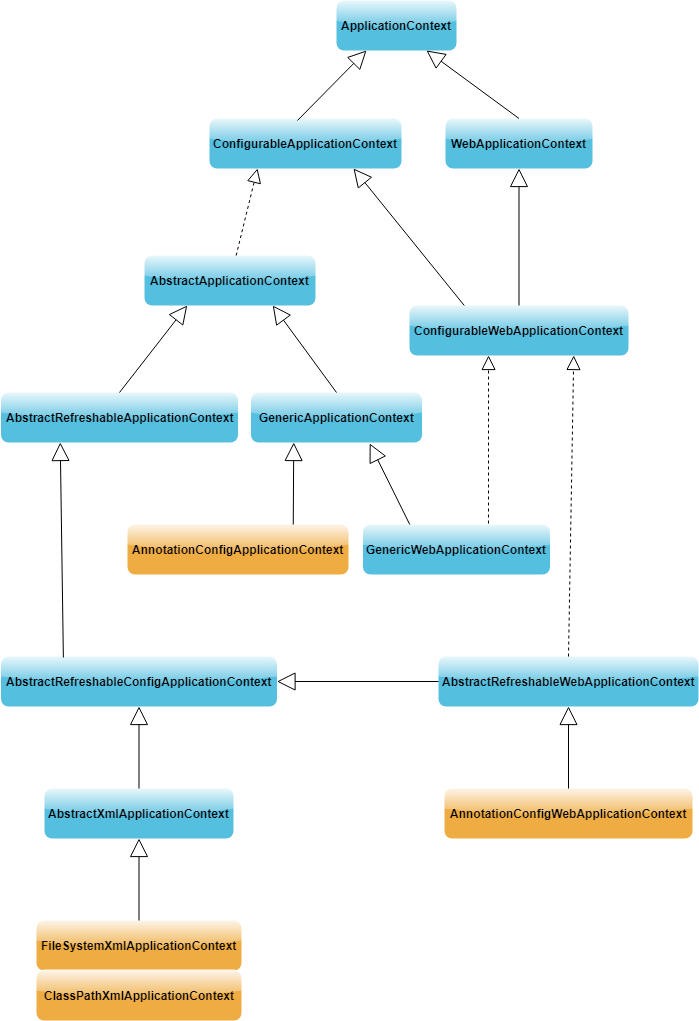
Earlier version of the draw.io export img/spring/ioc/application-context.png (lbzhello/blog). Source tidied: cells renumbered, new cells last; positions are measured from the earlier drawing's top-left corner, leaving out a move shared by most shapes.
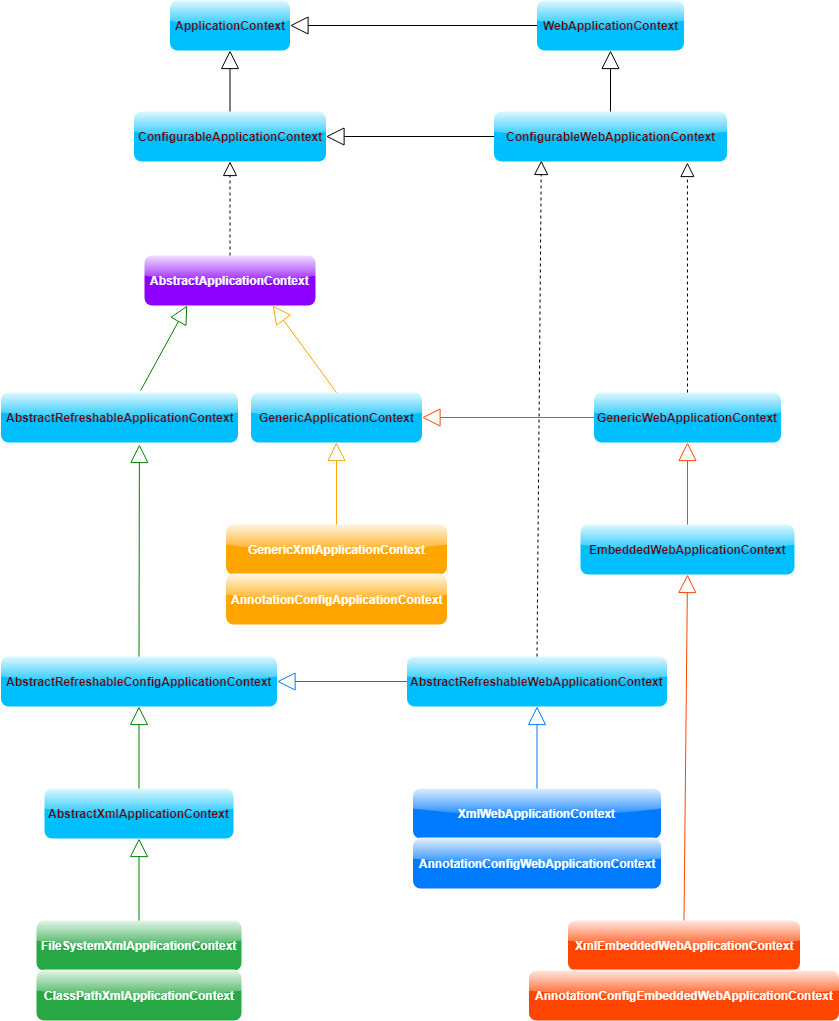
Above is the later version.

Change to the diagram source:
```diff
@@ -2,98 +2,119 @@
   <root>
     <mxCell id="0" />
     <mxCell id="1" parent="0" />
-    <mxCell id="2" value="&lt;b&gt;ApplicationContext&lt;/b&gt;" style="html=1;fillColor=#55BFE0;strokeColor=none;glass=1;rounded=1;comic=0;" parent="1" vertex="1">
-      <mxGeometry x="335" width="120" height="50" as="geometry" />
+    <mxCell id="2" value="&lt;b&gt;&lt;font color=&quot;#660000&quot;&gt;ApplicationContext&lt;/font&gt;&lt;/b&gt;" style="html=1;fillColor=#00bfff;strokeColor=none;glass=1;rounded=1;comic=0;" parent="1" vertex="1">
+      <mxGeometry x="168.5" width="120" height="50" as="geometry" />
     </mxCell>
-    <mxCell id="3" value="&lt;b&gt;ConfigurableApplicationContext&lt;/b&gt;" style="html=1;fillColor=#55BFE0;strokeColor=none;glass=1;rounded=1;comic=0;" parent="1" vertex="1">
-      <mxGeometry x="208" y="118" width="192" height="50" as="geometry" />
+    <mxCell id="3" value="&lt;b&gt;&lt;font color=&quot;#660000&quot;&gt;ConfigurableApplicationContext&lt;/font&gt;&lt;/b&gt;" style="html=1;fillColor=#00bfff;strokeColor=none;glass=1;rounded=1;comic=0;" parent="1" vertex="1">
+      <mxGeometry x="132.5" y="111" width="192" height="50" as="geometry" />
     </mxCell>
-    <mxCell id="4" style="endArrow=block;endSize=16;endFill=0;html=1;entryX=0.25;entryY=1;entryDx=0;entryDy=0;exitX=0.458;exitY=0.04;exitDx=0;exitDy=0;exitPerimeter=0;" parent="1" edge="1" source="3" target="2">
+    <mxCell id="4" style="endArrow=block;endSize=16;endFill=0;html=1;entryX=0.5;entryY=1;entryDx=0;entryDy=0;exitX=0.5;exitY=0;exitDx=0;exitDy=0;" parent="1" edge="1" source="3" target="2">
       <mxGeometry relative="1" as="geometry" />
     </mxCell>
-    <mxCell id="5" value="&lt;b&gt;WebApplicationContext&lt;/b&gt;" style="html=1;fillColor=#55BFE0;strokeColor=none;glass=1;rounded=1;comic=0;" parent="1" vertex="1">
-      <mxGeometry x="444" y="118" width="147" height="50" as="geometry" />
+    <mxCell id="5" value="&lt;b&gt;&lt;font color=&quot;#660000&quot;&gt;WebApplicationContext&lt;/font&gt;&lt;/b&gt;" style="html=1;fillColor=#00bfff;strokeColor=none;glass=1;rounded=1;comic=0;" parent="1" vertex="1">
+      <mxGeometry x="535.5" width="147" height="50" as="geometry" />
     </mxCell>
-    <mxCell id="6" style="endArrow=block;endSize=16;endFill=0;html=1;exitX=0.5;exitY=0;exitDx=0;exitDy=0;entryX=0.75;entryY=1;entryDx=0;entryDy=0;" parent="1" edge="1" source="5" target="2">
+    <mxCell id="6" style="endArrow=block;endSize=16;endFill=0;html=1;" parent="1" edge="1" source="5" target="2">
       <mxGeometry relative="1" as="geometry" />
     </mxCell>
-    <mxCell id="7" value="&lt;b&gt;AbstractApplicationContext&lt;/b&gt;" style="html=1;fillColor=#55BFE0;strokeColor=none;glass=1;rounded=1;comic=0;" parent="1" vertex="1">
+    <mxCell id="7" value="&lt;b&gt;&lt;font color=&quot;#ffffff&quot;&gt;AbstractApplicationContext&lt;/font&gt;&lt;/b&gt;" style="html=1;fillColor=#8B00FF;strokeColor=none;glass=1;rounded=1;comic=0;" parent="1" vertex="1">
       <mxGeometry x="143" y="255" width="171" height="50" as="geometry" />
     </mxCell>
-    <mxCell id="8" value="&lt;b&gt;ConfigurableWebApplicationContext&lt;/b&gt;" style="html=1;fillColor=#55BFE0;strokeColor=none;glass=1;rounded=1;comic=0;" parent="1" vertex="1">
-      <mxGeometry x="408" y="305" width="219" height="50" as="geometry" />
+    <mxCell id="8" value="&lt;b&gt;&lt;font color=&quot;#660000&quot;&gt;ConfigurableWebApplicationContext&lt;/font&gt;&lt;/b&gt;" style="html=1;fillColor=#00bfff;strokeColor=none;glass=1;rounded=1;comic=0;" parent="1" vertex="1">
+      <mxGeometry x="492.5" y="111" width="233" height="50" as="geometry" />
     </mxCell>
     <mxCell id="9" style="endArrow=block;endSize=16;endFill=0;html=1;entryX=0.5;entryY=1;entryDx=0;entryDy=0;" parent="1" edge="1" source="8" target="5">
       <mxGeometry relative="1" as="geometry" />
     </mxCell>
-    <mxCell id="10" style="endArrow=block;endSize=16;endFill=0;html=1;entryX=0.75;entryY=1;entryDx=0;entryDy=0;exitX=0.25;exitY=0;exitDx=0;exitDy=0;" parent="1" edge="1" source="8" target="3">
+    <mxCell id="10" style="endArrow=block;endSize=16;endFill=0;html=1;exitX=0;exitY=0.5;exitDx=0;exitDy=0;" parent="1" edge="1" source="8" target="3">
       <mxGeometry relative="1" as="geometry" />
     </mxCell>
-    <mxCell id="11" style="endArrow=block;dashed=1;endFill=0;endSize=12;html=1;entryX=0.25;entryY=1;entryDx=0;entryDy=0;" parent="1" edge="1" source="7" target="3">
+    <mxCell id="11" style="endArrow=block;dashed=1;endFill=0;endSize=12;html=1;entryX=0.5;entryY=1;entryDx=0;entryDy=0;" parent="1" edge="1" source="7" target="3">
       <mxGeometry relative="1" as="geometry" />
     </mxCell>
-    <mxCell id="12" value="&lt;b&gt;AbstractRefreshableApplicationContext&lt;/b&gt;" style="html=1;fillColor=#55BFE0;strokeColor=none;glass=1;rounded=1;comic=0;" parent="1" vertex="1">
+    <mxCell id="12" value="&lt;b&gt;&lt;font color=&quot;#660000&quot;&gt;AbstractRefreshableApplicationContext&lt;/font&gt;&lt;/b&gt;" style="html=1;fillColor=#00bfff;strokeColor=none;glass=1;rounded=1;comic=0;" parent="1" vertex="1">
       <mxGeometry x="-0.5" y="392" width="237" height="50" as="geometry" />
     </mxCell>
-    <mxCell id="13" style="endArrow=block;endSize=16;endFill=0;html=1;exitX=0.5;exitY=0;exitDx=0;exitDy=0;entryX=0.25;entryY=1;entryDx=0;entryDy=0;" parent="1" edge="1" source="12" target="7">
+    <mxCell id="13" style="endArrow=block;endSize=16;endFill=0;html=1;exitX=0.589;exitY=-0.04;exitDx=0;exitDy=0;entryX=0.25;entryY=1;entryDx=0;entryDy=0;exitPerimeter=0;strokeColor=#008000;" parent="1" edge="1" source="12" target="7">
       <mxGeometry relative="1" as="geometry" />
     </mxCell>
-    <mxCell id="14" value="&lt;b&gt;GenericApplicationContext&lt;/b&gt;" style="html=1;fillColor=#55BFE0;strokeColor=none;glass=1;rounded=1;comic=0;" parent="1" vertex="1">
+    <mxCell id="14" value="&lt;b&gt;&lt;font color=&quot;#660000&quot;&gt;GenericApplicationContext&lt;/font&gt;&lt;/b&gt;" style="html=1;fillColor=#00bfff;strokeColor=none;glass=1;rounded=1;comic=0;" parent="1" vertex="1">
       <mxGeometry x="249.5" y="392" width="171" height="50" as="geometry" />
     </mxCell>
-    <mxCell id="15" style="endArrow=block;endSize=16;endFill=0;html=1;entryX=0.75;entryY=1;entryDx=0;entryDy=0;exitX=0.5;exitY=0;exitDx=0;exitDy=0;" parent="1" edge="1" source="14" target="7">
+    <mxCell id="15" style="endArrow=block;endSize=16;endFill=0;html=1;entryX=0.75;entryY=1;entryDx=0;entryDy=0;exitX=0.5;exitY=0;exitDx=0;exitDy=0;strokeColor=#FFA500;" parent="1" edge="1" source="14" target="7">
       <mxGeometry relative="1" as="geometry" />
     </mxCell>
-    <mxCell id="16" value="&lt;b&gt;AbstractRefreshableWebApplicationContext&lt;/b&gt;" style="html=1;fillColor=#55BFE0;strokeColor=none;glass=1;rounded=1;comic=0;" parent="1" vertex="1">
-      <mxGeometry x="437" y="656" width="260" height="50" as="geometry" />
+    <mxCell id="16" value="&lt;b&gt;&lt;font color=&quot;#660000&quot;&gt;AbstractRefreshableWebApplicationContext&lt;/font&gt;&lt;/b&gt;" style="html=1;fillColor=#00bfff;strokeColor=none;glass=1;rounded=1;comic=0;" parent="1" vertex="1">
+      <mxGeometry x="405.5" y="656" width="260" height="50" as="geometry" />
     </mxCell>
-    <mxCell id="17" style="endArrow=block;dashed=1;endFill=0;endSize=12;html=1;entryX=0.75;entryY=1;entryDx=0;entryDy=0;exitX=0.5;exitY=0;exitDx=0;exitDy=0;" parent="1" edge="1" source="16" target="8">
+    <mxCell id="17" style="endArrow=block;dashed=1;endFill=0;endSize=12;html=1;entryX=0.203;entryY=0.98;entryDx=0;entryDy=0;exitX=0.5;exitY=0;exitDx=0;exitDy=0;entryPerimeter=0;" parent="1" edge="1" source="16" target="8">
       <mxGeometry relative="1" as="geometry" />
     </mxCell>
-    <mxCell id="18" style="endArrow=block;endSize=16;endFill=0;html=1;entryX=1;entryY=0.5;entryDx=0;entryDy=0;exitX=0;exitY=0.5;exitDx=0;exitDy=0;" parent="1" edge="1" source="16" target="24">
+    <mxCell id="18" style="endArrow=block;endSize=16;endFill=0;html=1;entryX=1;entryY=0.5;entryDx=0;entryDy=0;exitX=0;exitY=0.5;exitDx=0;exitDy=0;strokeColor=#007BFF;" parent="1" edge="1" source="16" target="24">
       <mxGeometry relative="1" as="geometry" />
     </mxCell>
-    <mxCell id="19" value="&lt;b&gt;GenericWebApplicationContext&lt;/b&gt;" style="html=1;fillColor=#55BFE0;strokeColor=none;glass=1;rounded=1;comic=0;" parent="1" vertex="1">
-      <mxGeometry x="361.5" y="524" width="187" height="50" as="geometry" />
+    <mxCell id="19" value="&lt;b&gt;&lt;font color=&quot;#660000&quot;&gt;GenericWebApplicationContext&lt;/font&gt;&lt;/b&gt;" style="html=1;fillColor=#00bfff;strokeColor=none;glass=1;rounded=1;comic=0;" parent="1" vertex="1">
+      <mxGeometry x="592.5" y="392" width="187" height="50" as="geometry" />
     </mxCell>
-    <mxCell id="20" style="endArrow=block;dashed=1;endFill=0;endSize=12;html=1;entryX=0.361;entryY=1;entryDx=0;entryDy=0;exitX=0.671;exitY=-0.02;exitDx=0;exitDy=0;entryPerimeter=0;exitPerimeter=0;" parent="1" edge="1" source="19" target="8">
+    <mxCell id="20" style="endArrow=block;dashed=1;endFill=0;endSize=12;html=1;exitX=0.5;exitY=0;exitDx=0;exitDy=0;entryX=0.83;entryY=1.02;entryDx=0;entryDy=0;entryPerimeter=0;" parent="1" edge="1" source="19" target="8">
       <mxGeometry relative="1" as="geometry" />
     </mxCell>
-    <mxCell id="21" style="endArrow=block;endSize=16;endFill=0;html=1;entryX=0.694;entryY=1.02;entryDx=0;entryDy=0;exitX=0.25;exitY=0;exitDx=0;exitDy=0;entryPerimeter=0;" parent="1" edge="1" source="19" target="14">
+    <mxCell id="21" style="endArrow=block;endSize=16;endFill=0;html=1;entryX=1;entryY=0.5;entryDx=0;entryDy=0;exitX=0;exitY=0.5;exitDx=0;exitDy=0;strokeColor=#FF4500;" parent="1" edge="1" source="19" target="14">
       <mxGeometry relative="1" as="geometry" />
     </mxCell>
-    <mxCell id="22" value="&lt;b&gt;AnnotationConfigApplicationContext&lt;/b&gt;" style="html=1;fillColor=#EFAC43;strokeColor=none;glass=1;rounded=1;comic=0;gradientColor=none;" parent="1" vertex="1">
-      <mxGeometry x="126" y="524" width="221" height="50" as="geometry" />
+    <mxCell id="22" value="&lt;b&gt;&lt;font color=&quot;#ffffff&quot;&gt;GenericXmlApplicationContext&lt;/font&gt;&lt;/b&gt;" style="html=1;fillColor=#FFA500;strokeColor=none;glass=1;rounded=1;comic=0;gradientColor=none;" parent="1" vertex="1">
+      <mxGeometry x="224.5" y="524" width="221" height="50" as="geometry" />
     </mxCell>
-    <mxCell id="23" style="endArrow=block;endSize=16;endFill=0;html=1;entryX=0.25;entryY=1;entryDx=0;entryDy=0;exitX=0.75;exitY=0;exitDx=0;exitDy=0;" parent="1" edge="1" source="22" target="14">
+    <mxCell id="23" style="endArrow=block;endSize=16;endFill=0;html=1;entryX=0.5;entryY=1;entryDx=0;entryDy=0;exitX=0.5;exitY=0;exitDx=0;exitDy=0;strokeColor=#FFA500;" parent="1" edge="1" source="22" target="14">
       <mxGeometry relative="1" as="geometry" />
     </mxCell>
-    <mxCell id="24" value="&lt;b&gt;AbstractRefreshableConfigApplicationContext&lt;/b&gt;" style="html=1;fillColor=#55BFE0;strokeColor=none;glass=1;rounded=1;comic=0;" parent="1" vertex="1">
+    <mxCell id="24" value="&lt;b&gt;&lt;font color=&quot;#660000&quot;&gt;AbstractRefreshableConfigApplicationContext&lt;/font&gt;&lt;/b&gt;" style="html=1;fillColor=#00bfff;strokeColor=none;glass=1;rounded=1;comic=0;" parent="1" vertex="1">
       <mxGeometry x="-0.5" y="656" width="276" height="50" as="geometry" />
     </mxCell>
-    <mxCell id="25" style="endArrow=block;endSize=16;endFill=0;html=1;entryX=0.25;entryY=1;entryDx=0;entryDy=0;exitX=0.226;exitY=0.02;exitDx=0;exitDy=0;exitPerimeter=0;" parent="1" edge="1" source="24" target="12">
+    <mxCell id="25" style="endArrow=block;endSize=16;endFill=0;html=1;entryX=0.584;entryY=1.04;entryDx=0;entryDy=0;exitX=0.5;exitY=0;exitDx=0;exitDy=0;entryPerimeter=0;strokeColor=#008000;" parent="1" edge="1" source="24" target="12">
       <mxGeometry relative="1" as="geometry" />
     </mxCell>
-    <mxCell id="26" value="&lt;b&gt;AbstractXmlApplicationContext&lt;/b&gt;" style="html=1;fillColor=#55BFE0;strokeColor=none;glass=1;rounded=1;comic=0;" parent="1" vertex="1">
+    <mxCell id="26" value="&lt;b&gt;&lt;font color=&quot;#660000&quot;&gt;AbstractXmlApplicationContext&lt;/font&gt;&lt;/b&gt;" style="html=1;fillColor=#00bfff;strokeColor=none;glass=1;rounded=1;comic=0;" parent="1" vertex="1">
       <mxGeometry x="43" y="788" width="189" height="50" as="geometry" />
     </mxCell>
-    <mxCell id="27" style="endArrow=block;endSize=16;endFill=0;html=1;exitX=0.5;exitY=0;exitDx=0;exitDy=0;" parent="1" edge="1" source="26" target="24">
+    <mxCell id="27" style="endArrow=block;endSize=16;endFill=0;html=1;exitX=0.5;exitY=0;exitDx=0;exitDy=0;strokeColor=#008000;" parent="1" edge="1" source="26" target="24">
       <mxGeometry relative="1" as="geometry" />
     </mxCell>
-    <mxCell id="28" value="&lt;b&gt;FileSystemXmlApplicationContext&lt;/b&gt;&lt;b&gt;&lt;br&gt;&lt;/b&gt;" style="html=1;fillColor=#EFAC43;strokeColor=none;glass=1;rounded=1;comic=0;gradientColor=none;" parent="1" vertex="1">
+    <mxCell id="28" value="&lt;b&gt;&lt;font color=&quot;#ffffff&quot;&gt;FileSystemXmlApplicationContext&lt;/font&gt;&lt;/b&gt;&lt;b&gt;&lt;br&gt;&lt;/b&gt;" style="html=1;fillColor=#28A745;strokeColor=none;glass=1;rounded=1;comic=0;gradientColor=none;" parent="1" vertex="1">
       <mxGeometry x="35" y="920" width="205" height="50" as="geometry" />
     </mxCell>
-    <mxCell id="29" style="endArrow=block;endSize=16;endFill=0;html=1;entryX=0.5;entryY=1;entryDx=0;entryDy=0;" parent="1" edge="1" source="28" target="26">
+    <mxCell id="29" style="endArrow=block;endSize=16;endFill=0;html=1;entryX=0.5;entryY=1;entryDx=0;entryDy=0;strokeColor=#008000;" parent="1" edge="1" source="28" target="26">
       <mxGeometry relative="1" as="geometry" />
     </mxCell>
-    <mxCell id="30" value="&lt;b&gt;AnnotationConfigWebApplicationContext&lt;/b&gt;" style="html=1;fillColor=#EFAC43;strokeColor=none;glass=1;rounded=1;comic=0;gradientColor=none;" parent="1" vertex="1">
-      <mxGeometry x="443" y="788" width="248" height="50" as="geometry" />
+    <mxCell id="30" value="&lt;b&gt;&lt;font color=&quot;#ffffff&quot;&gt;XmlWebApplicationContext&lt;/font&gt;&lt;/b&gt;" style="html=1;fillColor=#007BFF;strokeColor=none;glass=1;rounded=1;comic=0;gradientColor=none;" parent="1" vertex="1">
+      <mxGeometry x="411.5" y="788" width="248" height="50" as="geometry" />
     </mxCell>
-    <mxCell id="31" style="endArrow=block;endSize=16;endFill=0;html=1;exitX=0.5;exitY=0;exitDx=0;exitDy=0;entryX=0.5;entryY=1;entryDx=0;entryDy=0;" parent="1" edge="1" source="30" target="16">
+    <mxCell id="31" style="endArrow=block;endSize=16;endFill=0;html=1;exitX=0.5;exitY=0;exitDx=0;exitDy=0;entryX=0.5;entryY=1;entryDx=0;entryDy=0;strokeColor=#007BFF;" parent="1" edge="1" source="30" target="16">
       <mxGeometry relative="1" as="geometry" />
     </mxCell>
-    <mxCell id="32" value="&lt;b&gt;ClassPathXmlApplicationContext&lt;/b&gt;" style="html=1;fillColor=#EFAC43;strokeColor=none;glass=1;rounded=1;comic=0;gradientColor=none;" parent="1" vertex="1">
+    <mxCell id="32" value="&lt;b&gt;&lt;font color=&quot;#ffffff&quot;&gt;ClassPathXmlApplicationContext&lt;/font&gt;&lt;/b&gt;" style="html=1;fillColor=#28A745;strokeColor=none;glass=1;rounded=1;comic=0;gradientColor=none;" parent="1" vertex="1">
       <mxGeometry x="35" y="970" width="205" height="50" as="geometry" />
     </mxCell>
+    <mxCell id="33" value="&lt;b&gt;&lt;font color=&quot;#ffffff&quot;&gt;AnnotationConfigWebApplicationContext&lt;/font&gt;&lt;/b&gt;" style="html=1;fillColor=#007BFF;strokeColor=none;glass=1;rounded=1;comic=0;gradientColor=none;" parent="1" vertex="1">
+      <mxGeometry x="411.5" y="838" width="248" height="50" as="geometry" />
+    </mxCell>
+    <mxCell id="34" value="&lt;b&gt;&lt;font color=&quot;#660000&quot;&gt;EmbeddedWebApplicationContext&lt;/font&gt;&lt;/b&gt;" style="html=1;fillColor=#00bfff;strokeColor=none;glass=1;rounded=1;comic=0;" parent="1" vertex="1">
+      <mxGeometry x="579" y="524" width="214" height="50" as="geometry" />
+    </mxCell>
+    <mxCell id="35" style="endArrow=block;endSize=16;endFill=0;html=1;strokeColor=#FF4500;" parent="1" edge="1" source="34" target="19">
+      <mxGeometry relative="1" as="geometry" />
+    </mxCell>
+    <mxCell id="36" value="&lt;b&gt;&lt;font color=&quot;#ffffff&quot;&gt;XmlEmbeddedWebApplicationContext&lt;/font&gt;&lt;/b&gt;" style="html=1;fillColor=#FF4500;strokeColor=none;glass=1;rounded=1;comic=0;gradientColor=none;" parent="1" vertex="1">
+      <mxGeometry x="566.5" y="920" width="232" height="50" as="geometry" />
+    </mxCell>
+    <mxCell id="37" value="&lt;b&gt;&lt;font color=&quot;#ffffff&quot;&gt;AnnotationConfigEmbeddedWebApplicationContext&lt;/font&gt;&lt;/b&gt;" style="html=1;fillColor=#FF4500;strokeColor=none;glass=1;rounded=1;comic=0;gradientColor=none;" parent="1" vertex="1">
+      <mxGeometry x="527.5" y="970" width="310" height="50" as="geometry" />
+    </mxCell>
+    <mxCell id="38" style="endArrow=block;endSize=16;endFill=0;html=1;entryX=0.5;entryY=1;entryDx=0;entryDy=0;exitX=0.5;exitY=0;exitDx=0;exitDy=0;strokeColor=#FF4500;" parent="1" edge="1" source="36" target="34">
+      <mxGeometry relative="1" as="geometry" />
+    </mxCell>
+    <mxCell id="39" value="&lt;b&gt;&lt;font color=&quot;#ffffff&quot;&gt;AnnotationConfigApplicationContext&lt;/font&gt;&lt;/b&gt;" style="html=1;fillColor=#FFA500;strokeColor=none;glass=1;rounded=1;comic=0;gradientColor=none;" parent="1" vertex="1">
+      <mxGeometry x="224.5" y="574" width="221" height="50" as="geometry" />
+    </mxCell>
   </root>
 </mxGraphModel>
```
